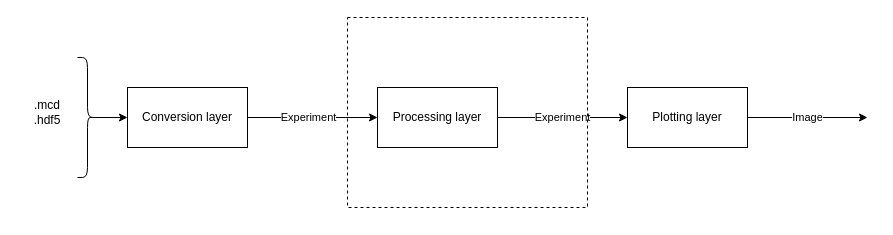
Above: doc/Library diagram.drawio in ups-unige/PyCode (draw.io), before the change. Source tidied: cells renumbered, new cells numbered last; positions are measured from the earlier drawing's top-left corner, leaving out a move shared by most shapes. Both pictures are drawn from the tidied source at 100%, with x=0, y=0 at pixel (17, 17).
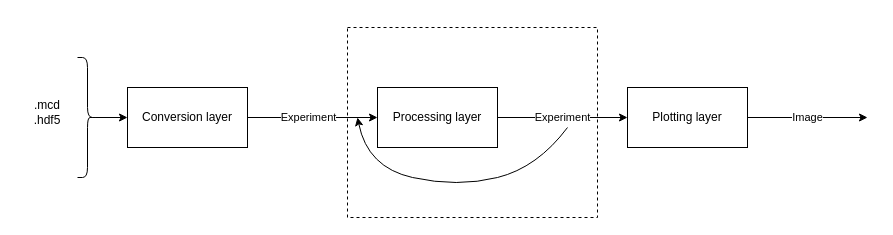
The same page after the edit.

Commit message (it also covers changes not shown here):
diagram with loop arrow

Diff of the diagram source:
```diff
@@
 <mxGraphModel>
   <root>
     <mxCell id="0" />
     <mxCell id="1" parent="0" />
+    <mxCell id="10" style="rounded=0;whiteSpace=wrap;html=1;fillColor=none;strokeColor=default;dashed=1;" parent="1" vertex="1">
+      <mxGeometry x="330" y="10" width="250" height="190" as="geometry" />
+    </mxCell>
     <mxCell id="2" value="Conversion layer" style="rounded=0;whiteSpace=wrap;html=1;" parent="1" vertex="1">
       <mxGeometry x="110" y="70" width="120" height="60" as="geometry" />
     </mxCell>
     <mxCell id="3" style="endArrow=classic;html=1;rounded=0;entryX=0;entryY=0.5;entryDx=0;entryDy=0;exitX=0.1;exitY=0.5;exitDx=0;exitDy=0;exitPerimeter=0;" parent="1" edge="1" source="4" target="2">
       <mxGeometry relative="1" as="geometry" />
     </mxCell>
     <mxCell id="4" style="shape=curlyBracket;whiteSpace=wrap;html=1;rounded=1;flipH=1;labelPosition=right;verticalLabelPosition=middle;align=left;verticalAlign=middle;" parent="1" vertex="1">
       <mxGeometry x="60" y="40" width="20" height="120" as="geometry" />
     </mxCell>
     <mxCell id="5" value=".mcd&lt;br&gt;.hdf5" style="text;html=1;strokeColor=none;fillColor=none;align=center;verticalAlign=middle;whiteSpace=wrap;rounded=0;" parent="1" vertex="1">
       <mxGeometry y="80" width="60" height="30" as="geometry" />
     </mxCell>
     <mxCell id="6" style="endArrow=classic;html=1;rounded=0;exitX=1;exitY=0.5;exitDx=0;exitDy=0;entryX=0;entryY=0.5;entryDx=0;entryDy=0;" parent="1" edge="1" source="2" target="9">
       <mxGeometry relative="1" as="geometry" />
     </mxCell>
     <mxCell id="7" value="Experiment" style="edgeLabel;html=1;align=center;verticalAlign=middle;" parent="6" vertex="1">
       <mxGeometry x="-0.07" y="1" relative="1" as="geometry" />
     </mxCell>
     <mxCell id="8" value="Experiment" style="edgeStyle=orthogonalEdgeStyle;rounded=0;jettySize=auto;html=1;entryX=0;entryY=0.5;entryDx=0;entryDy=0;" parent="1" edge="1" source="9" target="12">
-      <mxGeometry relative="1" as="geometry" />
+      <mxGeometry relative="1" as="geometry">
+        <Array as="points">
+          <mxPoint x="550" y="100" />
+          <mxPoint x="550" y="100" />
+        </Array>
+      </mxGeometry>
     </mxCell>
     <mxCell id="9" value="Processing layer" style="rounded=0;whiteSpace=wrap;html=1;" parent="1" vertex="1">
       <mxGeometry x="360" y="70" width="120" height="60" as="geometry" />
     </mxCell>
-    <mxCell id="10" style="rounded=0;whiteSpace=wrap;html=1;fillColor=none;strokeColor=default;dashed=1;" parent="1" vertex="1">
-      <mxGeometry x="330" width="240" height="190" as="geometry" />
-    </mxCell>
     <mxCell id="11" value="Image" style="edgeStyle=orthogonalEdgeStyle;rounded=0;jettySize=auto;html=1;" parent="1" edge="1" source="12">
       <mxGeometry relative="1" as="geometry">
         <mxPoint x="850" y="100" as="targetPoint" />
       </mxGeometry>
     </mxCell>
     <mxCell id="12" value="Plotting layer" style="rounded=0;whiteSpace=wrap;html=1;" parent="1" vertex="1">
       <mxGeometry x="610" y="70" width="120" height="60" as="geometry" />
     </mxCell>
+    <mxCell id="13" style="curved=1;endArrow=classic;html=1;rounded=0;" parent="1" edge="1">
+      <mxGeometry relative="1" as="geometry">
+        <mxPoint x="550" y="110" as="sourcePoint" />
+        <mxPoint x="340" y="100" as="targetPoint" />
+        <Array as="points">
+          <mxPoint x="520" y="150" />
+          <mxPoint x="440" y="170" />
+          <mxPoint x="350" y="150" />
+        </Array>
+      </mxGeometry>
+    </mxCell>
   </root>
 </mxGraphModel>
```
